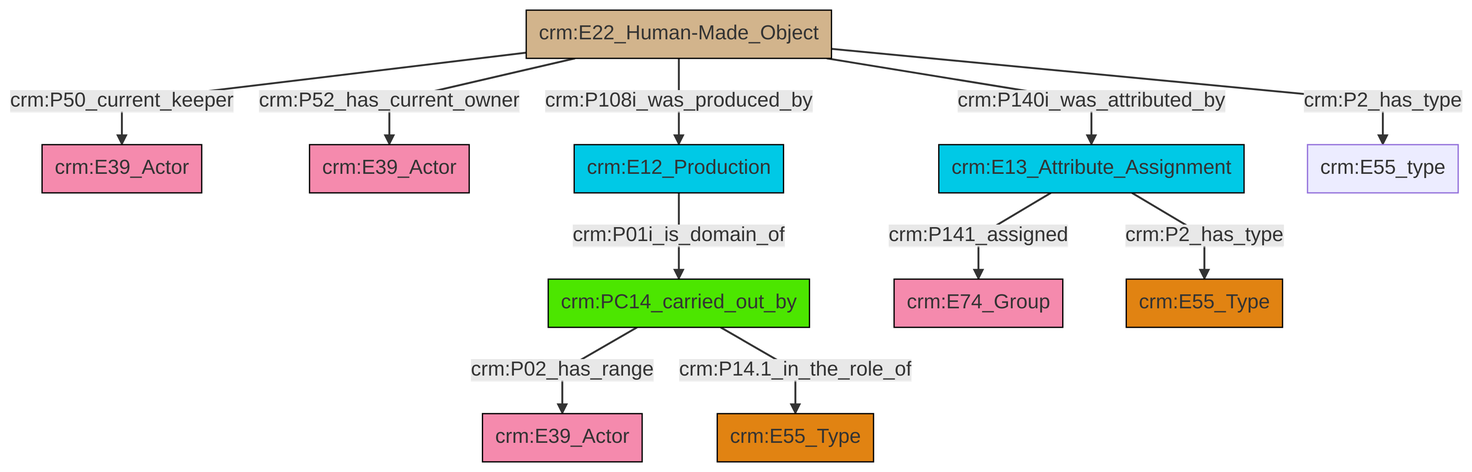
Earlier version of the Mermaid export et/artworkCSV/ttl/mmd/png/Artwork_Actor_Relations.png (swiss-art-research-net/docs.swissartresearch). Its source is kept beside it as et/artworkCSV/ttl/mmd/Artwork_Actor_Relations.ttl.mmd.
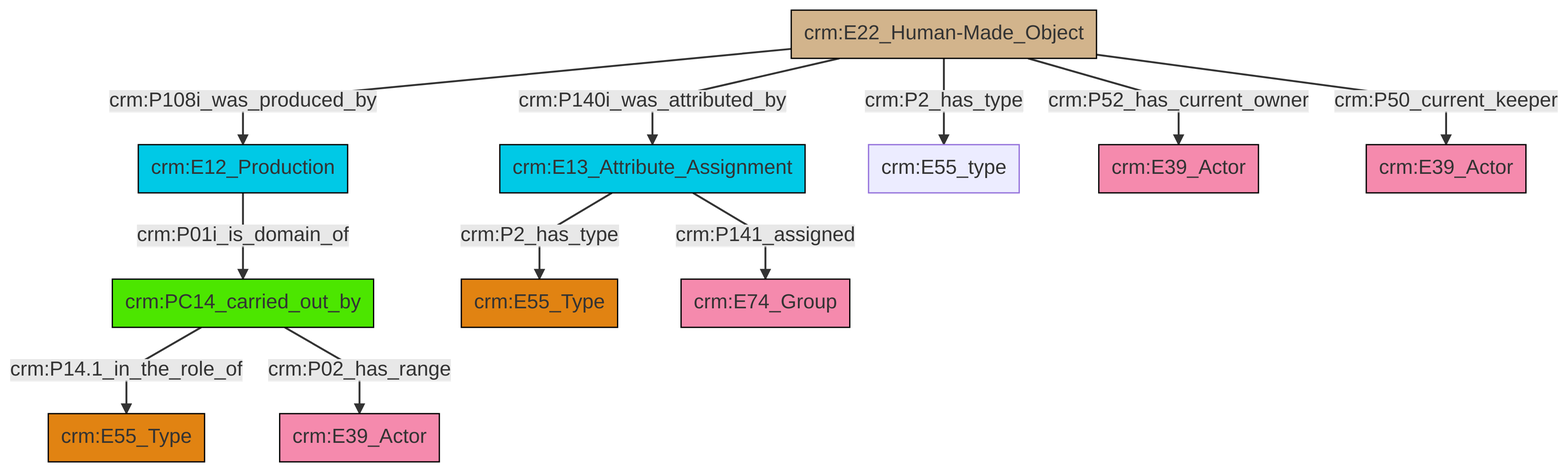
Later version of the same file.

The edit, as a diff of the source:
```diff
@@ -13,13 +13,13 @@
 classDef PC_Classes fill:#4ce600, stroke:#000000;
 classDef Multi fill:#cccccc,stroke:#000000;
 
-0["crm:E22_Human-Made_Object"]:::Physical_Thing -->|crm:P50_current_keeper| 1["crm:E39_Actor"]:::Actor
-0["crm:E22_Human-Made_Object"]:::Physical_Thing -->|crm:P52_has_current_owner| 4["crm:E39_Actor"]:::Actor
-9["crm:PC14_carried_out_by"]:::PC_Classes -->|crm:P02_has_range| 10["crm:E39_Actor"]:::Actor
-0["crm:E22_Human-Made_Object"]:::Physical_Thing -->|crm:P108i_was_produced_by| 14["crm:E12_Production"]:::Temporal_Entity
-14["crm:E12_Production"]:::Temporal_Entity -->|crm:P01i_is_domain_of| 9["crm:PC14_carried_out_by"]:::PC_Classes
-5["crm:E13_Attribute_Assignment"]:::Temporal_Entity -->|crm:P141_assigned| 7["crm:E74_Group"]:::Actor
-0["crm:E22_Human-Made_Object"]:::Physical_Thing -->|crm:P140i_was_attributed_by| 5["crm:E13_Attribute_Assignment"]:::Temporal_Entity
-0["crm:E22_Human-Made_Object"]:::Physical_Thing -->|crm:P2_has_type| 2["crm:E55_type"]:::Default
-5["crm:E13_Attribute_Assignment"]:::Temporal_Entity -->|crm:P2_has_type| 16["crm:E55_Type"]:::Type
-9["crm:PC14_carried_out_by"]:::PC_Classes -->|crm:P14.1_in_the_role_of| 11["crm:E55_Type"]:::Type
+0["crm:E22_Human-Made_Object"]:::Physical_Thing -->|crm:P108i_was_produced_by| 1["crm:E12_Production"]:::Temporal_Entity
+4["crm:PC14_carried_out_by"]:::PC_Classes -->|crm:P14.1_in_the_role_of| 5["crm:E55_Type"]:::Type
+6["crm:E13_Attribute_Assignment"]:::Temporal_Entity -->|crm:P2_has_type| 10["crm:E55_Type"]:::Type
+1["crm:E12_Production"]:::Temporal_Entity -->|crm:P01i_is_domain_of| 4["crm:PC14_carried_out_by"]:::PC_Classes
+0["crm:E22_Human-Made_Object"]:::Physical_Thing -->|crm:P140i_was_attributed_by| 6["crm:E13_Attribute_Assignment"]:::Temporal_Entity
+0["crm:E22_Human-Made_Object"]:::Physical_Thing -->|crm:P2_has_type| 8["crm:E55_type"]:::Default
+0["crm:E22_Human-Made_Object"]:::Physical_Thing -->|crm:P52_has_current_owner| 15["crm:E39_Actor"]:::Actor
+4["crm:PC14_carried_out_by"]:::PC_Classes -->|crm:P02_has_range| 2["crm:E39_Actor"]:::Actor
+0["crm:E22_Human-Made_Object"]:::Physical_Thing -->|crm:P50_current_keeper| 20["crm:E39_Actor"]:::Actor
+6["crm:E13_Attribute_Assignment"]:::Temporal_Entity -->|crm:P141_assigned| 17["crm:E74_Group"]:::Actor
```
